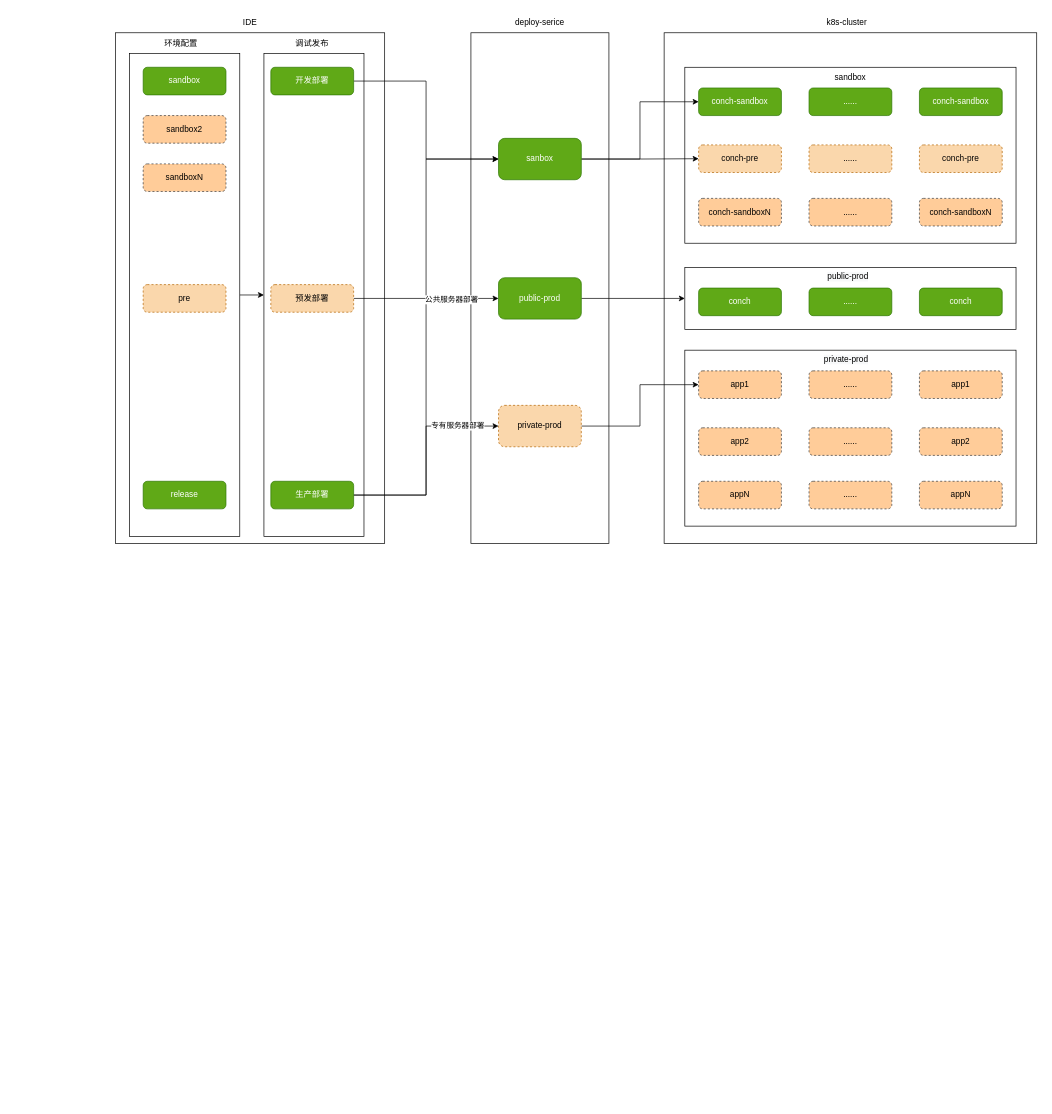
This is 部署图/web应用公有云部署.drawio from yinjunfeng/UML, a draw.io file, before an edit. Source tidied: cells renumbered, new cells numbered last; positions are measured from the earlier drawing's top-left corner, leaving out a move shared by most shapes. Both pictures are drawn from the tidied source at 69%, with x=0, y=0 at pixel (115, 12).
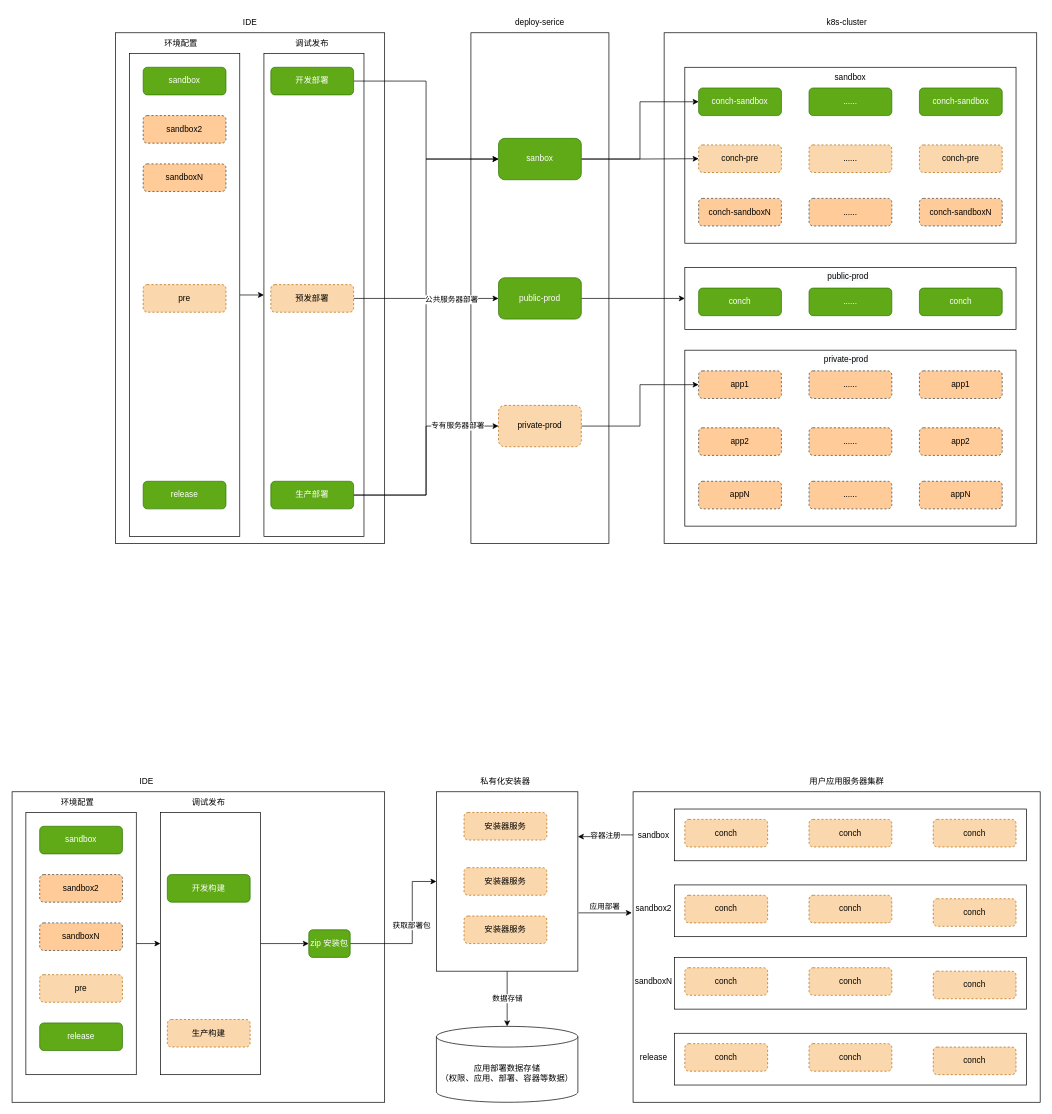
The same page after the edit.

Commit message:
更新web应用公有云部署.drawio

What changed in the source:
```diff
@@
+    <mxCell id="61" style="rounded=0;whiteSpace=wrap;html=1;" parent="1" vertex="1">
+      <mxGeometry x="-150" y="1130" width="540" height="450" as="geometry" />
+    </mxCell>
+    <mxCell id="62" style="rounded=0;whiteSpace=wrap;html=1;" parent="1" vertex="1">
+      <mxGeometry x="750" y="1130" width="590" height="450" as="geometry" />
+    </mxCell>
+    <mxCell id="63" style="rounded=0;whiteSpace=wrap;html=1;strokeColor=#000000;" parent="1" vertex="1">
+      <mxGeometry x="810" y="1265" width="510" height="75" as="geometry" />
+    </mxCell>
+    <mxCell id="64" style="rounded=0;whiteSpace=wrap;html=1;strokeColor=#000000;" parent="1" vertex="1">
+      <mxGeometry x="810" y="1155" width="510" height="75" as="geometry" />
+    </mxCell>
@@
+    <mxCell id="65" style="edgeStyle=orthogonalEdgeStyle;rounded=0;jettySize=auto;html=1;exitX=1;exitY=0.5;exitDx=0;exitDy=0;strokeColor=#000000;strokeWidth=1;" parent="1" edge="1" source="110" target="73">
+      <mxGeometry relative="1" as="geometry">
+        <Array as="points">
+          <mxPoint x="430" y="1350" />
+          <mxPoint x="430" y="1260" />
+        </Array>
+      </mxGeometry>
+    </mxCell>
+    <mxCell id="66" value="获取部署包" style="edgeLabel;html=1;align=center;verticalAlign=middle;" parent="65" vertex="1">
+      <mxGeometry x="0.1" y="3" relative="1" as="geometry">
+        <mxPoint x="1" y="1" as="offset" />
+      </mxGeometry>
+    </mxCell>
+    <mxCell id="67" style="edgeStyle=orthogonalEdgeStyle;rounded=0;jettySize=auto;html=1;exitX=1;exitY=0.5;exitDx=0;exitDy=0;entryX=0;entryY=0.5;entryDx=0;entryDy=0;strokeColor=#000000;strokeWidth=1;" parent="1" edge="1" source="68" target="110">
+      <mxGeometry relative="1" as="geometry" />
+    </mxCell>
+    <mxCell id="68" style="rounded=0;whiteSpace=wrap;html=1;strokeColor=#000000;" parent="1" vertex="1">
+      <mxGeometry x="65" y="1160" width="145" height="380" as="geometry" />
+    </mxCell>
+    <mxCell id="69" value="用户应用服务器集群" style="text;html=1;strokeColor=none;fillColor=none;align=center;verticalAlign=middle;whiteSpace=wrap;rounded=0;" parent="1" vertex="1">
+      <mxGeometry x="1000" y="1100" width="120" height="30" as="geometry" />
+    </mxCell>
+    <mxCell id="70" style="edgeStyle=orthogonalEdgeStyle;rounded=0;jettySize=auto;html=1;entryX=-0.003;entryY=0.39;entryDx=0;entryDy=0;entryPerimeter=0;strokeColor=#000000;strokeWidth=1;exitX=1.005;exitY=0.675;exitDx=0;exitDy=0;exitPerimeter=0;" parent="1" edge="1" source="73" target="62">
+      <mxGeometry relative="1" as="geometry" />
+    </mxCell>
+    <mxCell id="71" value="应用部署" style="edgeLabel;html=1;align=center;verticalAlign=middle;" parent="70" vertex="1">
+      <mxGeometry x="-0.05" y="1" relative="1" as="geometry">
+        <mxPoint y="-9" as="offset" />
+      </mxGeometry>
+    </mxCell>
+    <mxCell id="72" value="数据存储" style="edgeStyle=orthogonalEdgeStyle;rounded=0;jettySize=auto;html=1;exitX=0.5;exitY=1;exitDx=0;exitDy=0;strokeColor=#000000;strokeWidth=1;" parent="1" edge="1" source="73" target="95">
+      <mxGeometry relative="1" as="geometry" />
+    </mxCell>
+    <mxCell id="73" style="rounded=0;whiteSpace=wrap;html=1;" parent="1" vertex="1">
+      <mxGeometry x="465" y="1130" width="205" height="260" as="geometry" />
+    </mxCell>
+    <mxCell id="74" value="私有化安装器" style="text;html=1;strokeColor=none;fillColor=none;align=center;verticalAlign=middle;whiteSpace=wrap;rounded=0;" parent="1" vertex="1">
+      <mxGeometry x="515" y="1100" width="100" height="30" as="geometry" />
+    </mxCell>
+    <mxCell id="75" value="开发构建" style="rounded=1;whiteSpace=wrap;html=1;fillColor=#60a917;fontColor=#ffffff;strokeColor=#2D7600;" parent="1" vertex="1">
+      <mxGeometry x="75" y="1250" width="120" height="40" as="geometry" />
+    </mxCell>
+    <mxCell id="76" value="生产构建" style="rounded=1;whiteSpace=wrap;html=1;fillColor=#fad7ac;strokeColor=#b46504;dashed=1;" parent="1" vertex="1">
+      <mxGeometry x="75" y="1460" width="120" height="40" as="geometry" />
+    </mxCell>
+    <mxCell id="77" value="IDE" style="text;html=1;strokeColor=none;fillColor=none;align=center;verticalAlign=middle;whiteSpace=wrap;rounded=0;" parent="1" vertex="1">
+      <mxGeometry x="-5" y="1100" width="100" height="30" as="geometry" />
+    </mxCell>
+    <mxCell id="78" style="edgeStyle=orthogonalEdgeStyle;rounded=0;jettySize=auto;html=1;exitX=1;exitY=0.5;exitDx=0;exitDy=0;entryX=0;entryY=0.5;entryDx=0;entryDy=0;strokeColor=#000000;strokeWidth=1;" parent="1" edge="1" source="79" target="68">
+      <mxGeometry relative="1" as="geometry" />
+    </mxCell>
+    <mxCell id="79" style="rounded=0;whiteSpace=wrap;html=1;strokeColor=#000000;" parent="1" vertex="1">
+      <mxGeometry x="-130" y="1160" width="160" height="380" as="geometry" />
+    </mxCell>
+    <mxCell id="80" value="sandbox" style="rounded=1;whiteSpace=wrap;html=1;fillColor=#60a917;fontColor=#ffffff;strokeColor=#2D7600;" parent="1" vertex="1">
+      <mxGeometry x="-110" y="1180" width="120" height="40" as="geometry" />
+    </mxCell>
+    <mxCell id="81" value="sandbox2" style="rounded=1;whiteSpace=wrap;html=1;dashed=1;fillColor=#ffcc99;strokeColor=#36393d;" parent="1" vertex="1">
+      <mxGeometry x="-110" y="1250" width="120" height="40" as="geometry" />
+    </mxCell>
+    <mxCell id="82" value="sandboxN" style="rounded=1;whiteSpace=wrap;html=1;dashed=1;fillColor=#ffcc99;strokeColor=#36393d;" parent="1" vertex="1">
+      <mxGeometry x="-110" y="1320" width="120" height="40" as="geometry" />
+    </mxCell>
+    <mxCell id="83" value="环境配置" style="text;html=1;strokeColor=none;fillColor=none;align=center;verticalAlign=middle;whiteSpace=wrap;rounded=0;" parent="1" vertex="1">
+      <mxGeometry x="-85" y="1130" width="60" height="30" as="geometry" />
+    </mxCell>
+    <mxCell id="84" value="调试发布" style="text;html=1;strokeColor=none;fillColor=none;align=center;verticalAlign=middle;whiteSpace=wrap;rounded=0;" parent="1" vertex="1">
+      <mxGeometry x="105" y="1130" width="60" height="30" as="geometry" />
+    </mxCell>
+    <mxCell id="85" value="pre" style="rounded=1;whiteSpace=wrap;html=1;fillColor=#fad7ac;strokeColor=#b46504;dashed=1;" parent="1" vertex="1">
+      <mxGeometry x="-110" y="1395" width="120" height="40" as="geometry" />
+    </mxCell>
+    <mxCell id="86" value="conch" style="rounded=1;whiteSpace=wrap;html=1;fillColor=#fad7ac;strokeColor=#b46504;dashed=1;" parent="1" vertex="1">
+      <mxGeometry x="1185" y="1170" width="120" height="40" as="geometry" />
+    </mxCell>
+    <mxCell id="87" value="conch" style="rounded=1;whiteSpace=wrap;html=1;fillColor=#fad7ac;strokeColor=#b46504;dashed=1;" parent="1" vertex="1">
+      <mxGeometry x="825" y="1280" width="120" height="40" as="geometry" />
+    </mxCell>
+    <mxCell id="88" value="conch" style="rounded=1;whiteSpace=wrap;html=1;fillColor=#fad7ac;strokeColor=#b46504;dashed=1;" parent="1" vertex="1">
+      <mxGeometry x="1005" y="1280" width="120" height="40" as="geometry" />
+    </mxCell>
+    <mxCell id="89" value="conch" style="rounded=1;whiteSpace=wrap;html=1;fillColor=#fad7ac;strokeColor=#b46504;dashed=1;" parent="1" vertex="1">
+      <mxGeometry x="825" y="1170" width="120" height="40" as="geometry" />
+    </mxCell>
+    <mxCell id="90" value="conch" style="rounded=1;whiteSpace=wrap;html=1;fillColor=#fad7ac;strokeColor=#b46504;dashed=1;" parent="1" vertex="1">
+      <mxGeometry x="1005" y="1170" width="120" height="40" as="geometry" />
+    </mxCell>
+    <mxCell id="91" value="release" style="rounded=1;whiteSpace=wrap;html=1;fillColor=#60a917;fontColor=#ffffff;strokeColor=#2D7600;" parent="1" vertex="1">
+      <mxGeometry x="-110" y="1465" width="120" height="40" as="geometry" />
+    </mxCell>
+    <mxCell id="92" value="容器注册" style="edgeStyle=orthogonalEdgeStyle;rounded=0;jettySize=auto;html=1;exitX=0;exitY=0.5;exitDx=0;exitDy=0;entryX=1;entryY=0.25;entryDx=0;entryDy=0;strokeColor=#000000;strokeWidth=1;" parent="1" edge="1" source="93" target="73">
+      <mxGeometry relative="1" as="geometry" />
+    </mxCell>
+    <mxCell id="93" value="sandbox" style="text;html=1;strokeColor=none;fillColor=none;align=center;verticalAlign=middle;whiteSpace=wrap;rounded=0;" parent="1" vertex="1">
+      <mxGeometry x="750" y="1177.5" width="60" height="30" as="geometry" />
+    </mxCell>
+    <mxCell id="94" value="sandbox2" style="text;html=1;strokeColor=none;fillColor=none;align=center;verticalAlign=middle;whiteSpace=wrap;rounded=0;" parent="1" vertex="1">
+      <mxGeometry x="750" y="1285" width="60" height="30" as="geometry" />
+    </mxCell>
+    <mxCell id="95" value="应用部署数据存储&lt;br&gt;（权限、应用、部署、容器等数据）" style="shape=cylinder3;whiteSpace=wrap;html=1;boundedLbl=1;backgroundOutline=1;size=15;strokeColor=#000000;" parent="1" vertex="1">
+      <mxGeometry x="465" y="1470" width="205" height="110" as="geometry" />
+    </mxCell>
+    <mxCell id="96" value="安装器服务" style="rounded=1;whiteSpace=wrap;html=1;fillColor=#fad7ac;strokeColor=#b46504;dashed=1;" parent="1" vertex="1">
+      <mxGeometry x="505" y="1160" width="120" height="40" as="geometry" />
+    </mxCell>
+    <mxCell id="97" value="安装器服务" style="rounded=1;whiteSpace=wrap;html=1;fillColor=#fad7ac;strokeColor=#b46504;dashed=1;" parent="1" vertex="1">
+      <mxGeometry x="505" y="1240" width="120" height="40" as="geometry" />
+    </mxCell>
+    <mxCell id="98" value="安装器服务" style="rounded=1;whiteSpace=wrap;html=1;fillColor=#fad7ac;strokeColor=#b46504;dashed=1;" parent="1" vertex="1">
+      <mxGeometry x="505" y="1310" width="120" height="40" as="geometry" />
+    </mxCell>
+    <mxCell id="99" value="conch" style="rounded=1;whiteSpace=wrap;html=1;fillColor=#fad7ac;strokeColor=#b46504;dashed=1;" parent="1" vertex="1">
+      <mxGeometry x="1185" y="1285" width="120" height="40" as="geometry" />
+    </mxCell>
+    <mxCell id="100" style="rounded=0;whiteSpace=wrap;html=1;strokeColor=#000000;" parent="1" vertex="1">
+      <mxGeometry x="810" y="1370" width="510" height="75" as="geometry" />
+    </mxCell>
+    <mxCell id="101" value="conch" style="rounded=1;whiteSpace=wrap;html=1;fillColor=#fad7ac;strokeColor=#b46504;dashed=1;" parent="1" vertex="1">
+      <mxGeometry x="825" y="1385" width="120" height="40" as="geometry" />
+    </mxCell>
+    <mxCell id="102" value="conch" style="rounded=1;whiteSpace=wrap;html=1;fillColor=#fad7ac;strokeColor=#b46504;dashed=1;" parent="1" vertex="1">
+      <mxGeometry x="1005" y="1385" width="120" height="40" as="geometry" />
+    </mxCell>
+    <mxCell id="103" value="sandboxN" style="text;html=1;strokeColor=none;fillColor=none;align=center;verticalAlign=middle;whiteSpace=wrap;rounded=0;" parent="1" vertex="1">
+      <mxGeometry x="750" y="1390" width="60" height="30" as="geometry" />
+    </mxCell>
+    <mxCell id="104" value="conch" style="rounded=1;whiteSpace=wrap;html=1;fillColor=#fad7ac;strokeColor=#b46504;dashed=1;" parent="1" vertex="1">
+      <mxGeometry x="1185" y="1390" width="120" height="40" as="geometry" />
+    </mxCell>
+    <mxCell id="105" style="rounded=0;whiteSpace=wrap;html=1;strokeColor=#000000;" parent="1" vertex="1">
+      <mxGeometry x="810" y="1480" width="510" height="75" as="geometry" />
+    </mxCell>
+    <mxCell id="106" value="conch" style="rounded=1;whiteSpace=wrap;html=1;fillColor=#fad7ac;strokeColor=#b46504;dashed=1;" parent="1" vertex="1">
+      <mxGeometry x="825" y="1495" width="120" height="40" as="geometry" />
+    </mxCell>
+    <mxCell id="107" value="conch" style="rounded=1;whiteSpace=wrap;html=1;fillColor=#fad7ac;strokeColor=#b46504;dashed=1;" parent="1" vertex="1">
+      <mxGeometry x="1005" y="1495" width="120" height="40" as="geometry" />
+    </mxCell>
+    <mxCell id="108" value="release" style="text;html=1;strokeColor=none;fillColor=none;align=center;verticalAlign=middle;whiteSpace=wrap;rounded=0;" parent="1" vertex="1">
+      <mxGeometry x="750" y="1500" width="60" height="30" as="geometry" />
+    </mxCell>
+    <mxCell id="109" value="conch" style="rounded=1;whiteSpace=wrap;html=1;fillColor=#fad7ac;strokeColor=#b46504;dashed=1;" parent="1" vertex="1">
+      <mxGeometry x="1185" y="1500" width="120" height="40" as="geometry" />
+    </mxCell>
+    <mxCell id="110" value="zip 安装包" style="rounded=1;whiteSpace=wrap;html=1;strokeColor=#2D7600;fillColor=#60a917;fontColor=#ffffff;" parent="1" vertex="1">
+      <mxGeometry x="280" y="1330" width="60" height="40" as="geometry" />
+    </mxCell>
```
